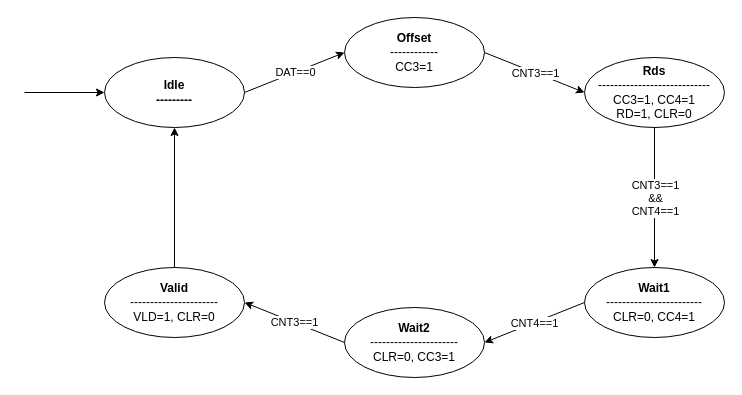
Above: FSM/uart_rx.drawio in BonnyAD9/inc-uart_rx-reciever (draw.io), before the change. Source tidied: cells renumbered, new cells numbered last; positions are measured from the earlier drawing's top-left corner, leaving out a move shared by most shapes. Both pictures are drawn from the tidied source at 100%, with x=0, y=0 at pixel (24, 17).
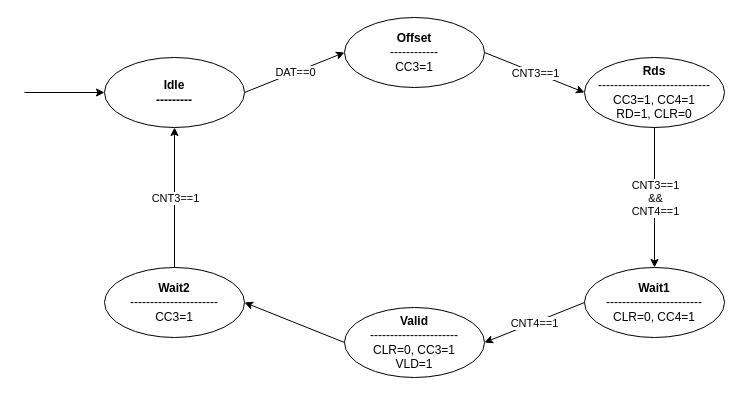
Above is the later version.

The change refers to these unchanged cells:
```xml
<mxCell id="2" value="&lt;b&gt;Idle&lt;br&gt;---------&lt;br&gt;&lt;/b&gt;" style="ellipse;whiteSpace=wrap;html=1;" parent="1" vertex="1">
  <mxGeometry x="80" y="40" width="140" height="70" as="geometry" />
</mxCell>
```

The edit, as a diff of the source:
```diff
@@
-    <mxCell id="6" value="&lt;b&gt;Wait2&lt;/b&gt;&lt;br&gt;----------------------&lt;br&gt;CLR=0, CC3=1" style="ellipse;whiteSpace=wrap;html=1;" parent="1" vertex="1">
+    <mxCell id="6" value="&lt;b&gt;Valid&lt;/b&gt;&lt;br&gt;----------------------&lt;br&gt;CLR=0, CC3=1&lt;br&gt;VLD=1" style="ellipse;whiteSpace=wrap;html=1;" parent="1" vertex="1">
       <mxGeometry x="320" y="290" width="140" height="70" as="geometry" />
     </mxCell>
-    <mxCell id="7" value="&lt;b&gt;Valid&lt;br&gt;&lt;/b&gt;----------------------&lt;br&gt;VLD=1, CLR=0" style="ellipse;whiteSpace=wrap;html=1;" parent="1" vertex="1">
+    <mxCell id="7" value="&lt;b&gt;Wait2&lt;br&gt;&lt;/b&gt;----------------------&lt;br&gt;CC3=1" style="ellipse;whiteSpace=wrap;html=1;" parent="1" vertex="1">
       <mxGeometry x="80" y="250" width="140" height="70" as="geometry" />
     </mxCell>
@@
-    <mxCell id="17" style="endArrow=classic;html=1;rounded=0;entryX=1;entryY=0.5;entryDx=0;entryDy=0;exitX=0;exitY=0.5;exitDx=0;exitDy=0;" parent="1" edge="1" source="6" target="7">
-      <mxGeometry relative="1" as="geometry" />
+    <mxCell id="17" style="endArrow=classic;html=1;rounded=0;entryX=0.5;entryY=1;entryDx=0;entryDy=0;" parent="1" edge="1" target="2">
+      <mxGeometry relative="1" as="geometry">
+        <mxPoint x="150" y="250" as="sourcePoint" />
+      </mxGeometry>
     </mxCell>
@@
-    <mxCell id="19" style="endArrow=classic;html=1;rounded=0;entryX=0.5;entryY=1;entryDx=0;entryDy=0;exitX=0.5;exitY=0;exitDx=0;exitDy=0;" parent="1" edge="1" source="7" target="2">
+    <mxCell id="19" style="endArrow=classic;html=1;rounded=0;entryX=1;entryY=0.5;entryDx=0;entryDy=0;exitX=0;exitY=0.5;exitDx=0;exitDy=0;" parent="1" edge="1" source="6" target="7">
       <mxGeometry relative="1" as="geometry" />
     </mxCell>
```
